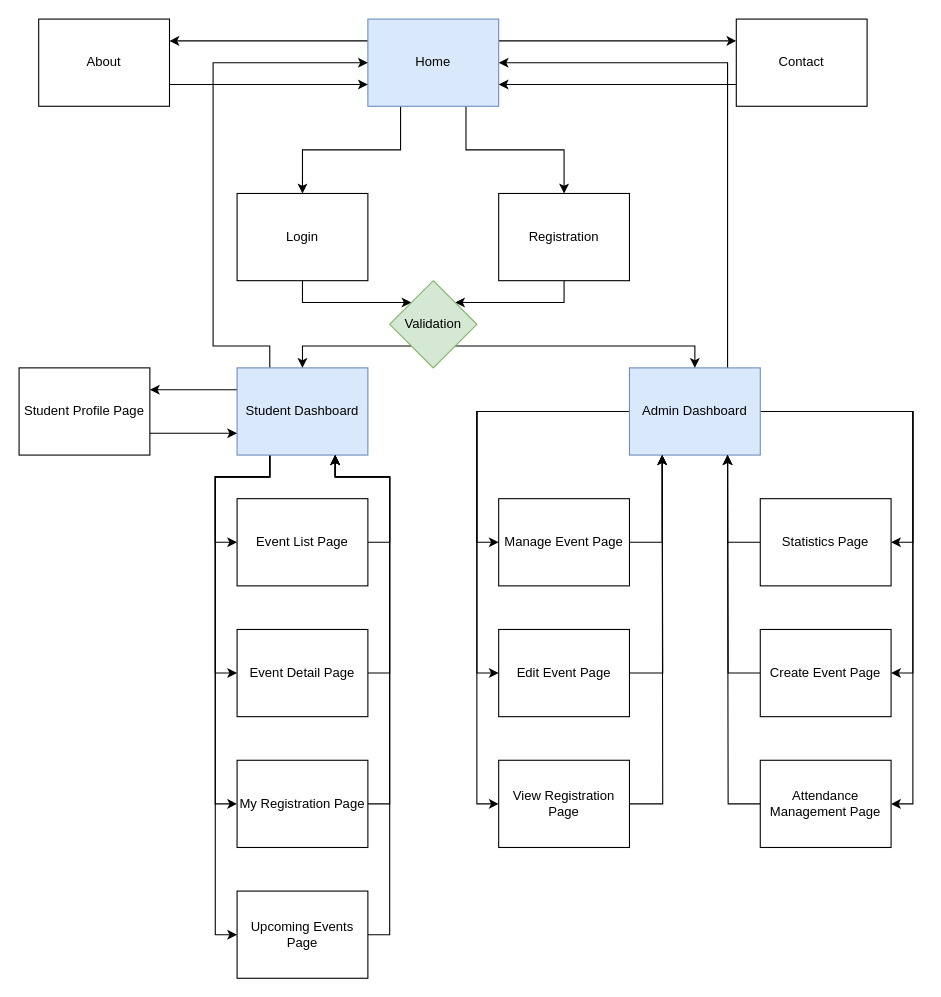
Earlier version of the draw.io diagram page "Page Flow" (1 of 3) of doc/flow_chart.drawio (SOEN-287-Group-Project/Smart-Campus-Event-Planner). Source tidied: cells renumbered, new cells numbered last; positions are measured from the earlier drawing's top-left corner, leaving out a move shared by most shapes. Both pictures are drawn from the tidied source at 109%, with x=0, y=0 at pixel (19, 19).
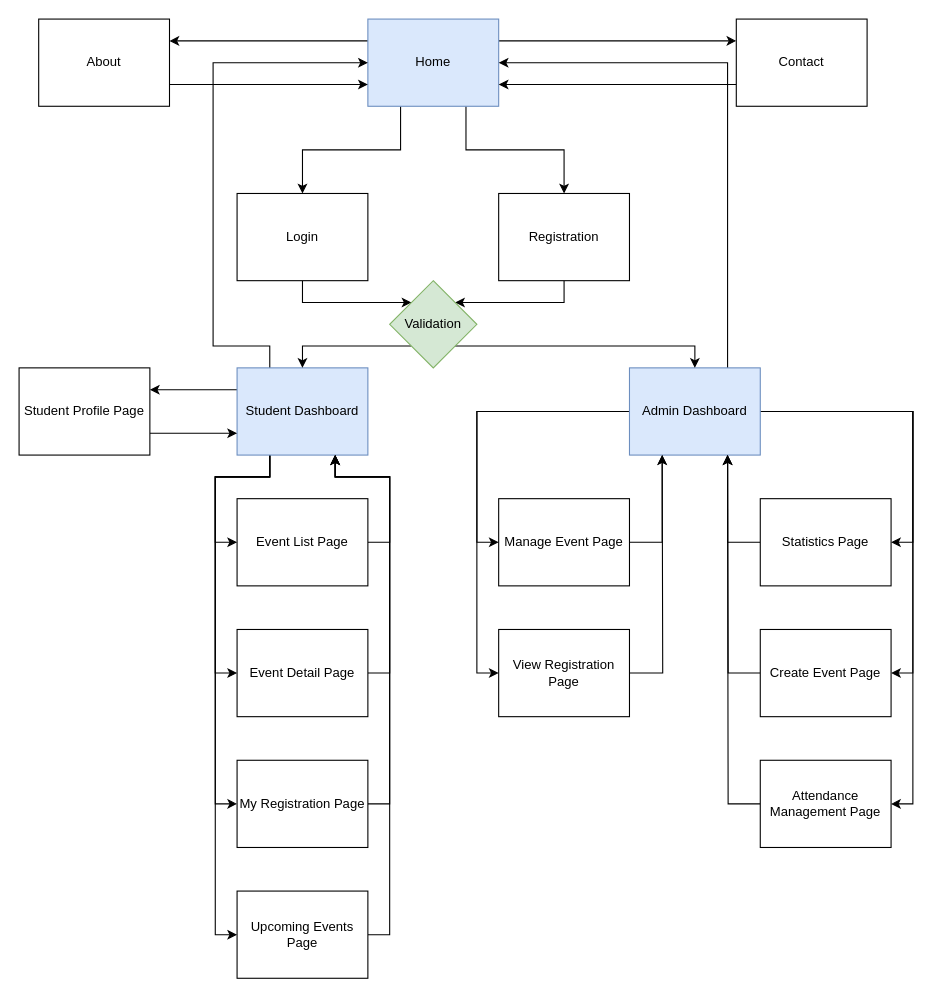
After the change.

Commit message (it also covers changes not shown here):
Enhance Event Management UI

The change refers to these unchanged cells:
```xml
<mxCell id="29" value="Admin Dashboard" style="rounded=0;whiteSpace=wrap;html=1;fillColor=#dae8fc;strokeColor=#6c8ebf;" parent="1" vertex="1">
  <mxGeometry x="560" y="320" width="120" height="80" as="geometry" />
</mxCell>
```

What changed in the source:
```diff
@@
-    <mxCell id="23" style="edgeStyle=orthogonalEdgeStyle;rounded=0;jettySize=auto;html=1;exitX=0;exitY=0.5;exitDx=0;exitDy=0;entryX=0;entryY=0.5;entryDx=0;entryDy=0;" parent="1" edge="1" source="29" target="47">
-      <mxGeometry relative="1" as="geometry">
-        <Array as="points">
-          <mxPoint x="420" y="360" />
-          <mxPoint x="420" y="600" />
-        </Array>
-      </mxGeometry>
-    </mxCell>
     <mxCell id="24" style="edgeStyle=orthogonalEdgeStyle;rounded=0;jettySize=auto;html=1;exitX=0;exitY=0.5;exitDx=0;exitDy=0;entryX=0;entryY=0.5;entryDx=0;entryDy=0;" parent="1" edge="1" source="29" target="49">
       <mxGeometry relative="1" as="geometry">
         <Array as="points">
           <mxPoint x="420" y="360" />
-          <mxPoint x="420" y="720" />
+          <mxPoint x="420" y="600" />
         </Array>
       </mxGeometry>
     </mxCell>
@@
-    <mxCell id="46" style="edgeStyle=orthogonalEdgeStyle;rounded=0;jettySize=auto;html=1;exitX=1;exitY=0.5;exitDx=0;exitDy=0;" parent="1" edge="1" source="47">
-      <mxGeometry relative="1" as="geometry">
-        <mxPoint x="590" y="400" as="targetPoint" />
-      </mxGeometry>
-    </mxCell>
-    <mxCell id="47" value="Edit Event Page" style="rounded=0;whiteSpace=wrap;html=1;" parent="1" vertex="1">
-      <mxGeometry x="440" y="560" width="120" height="80" as="geometry" />
-    </mxCell>
@@
     <mxCell id="49" value="View Registration Page" style="rounded=0;whiteSpace=wrap;html=1;" parent="1" vertex="1">
-      <mxGeometry x="440" y="680" width="120" height="80" as="geometry" />
+      <mxGeometry x="440" y="560" width="120" height="80" as="geometry" />
     </mxCell>
```
